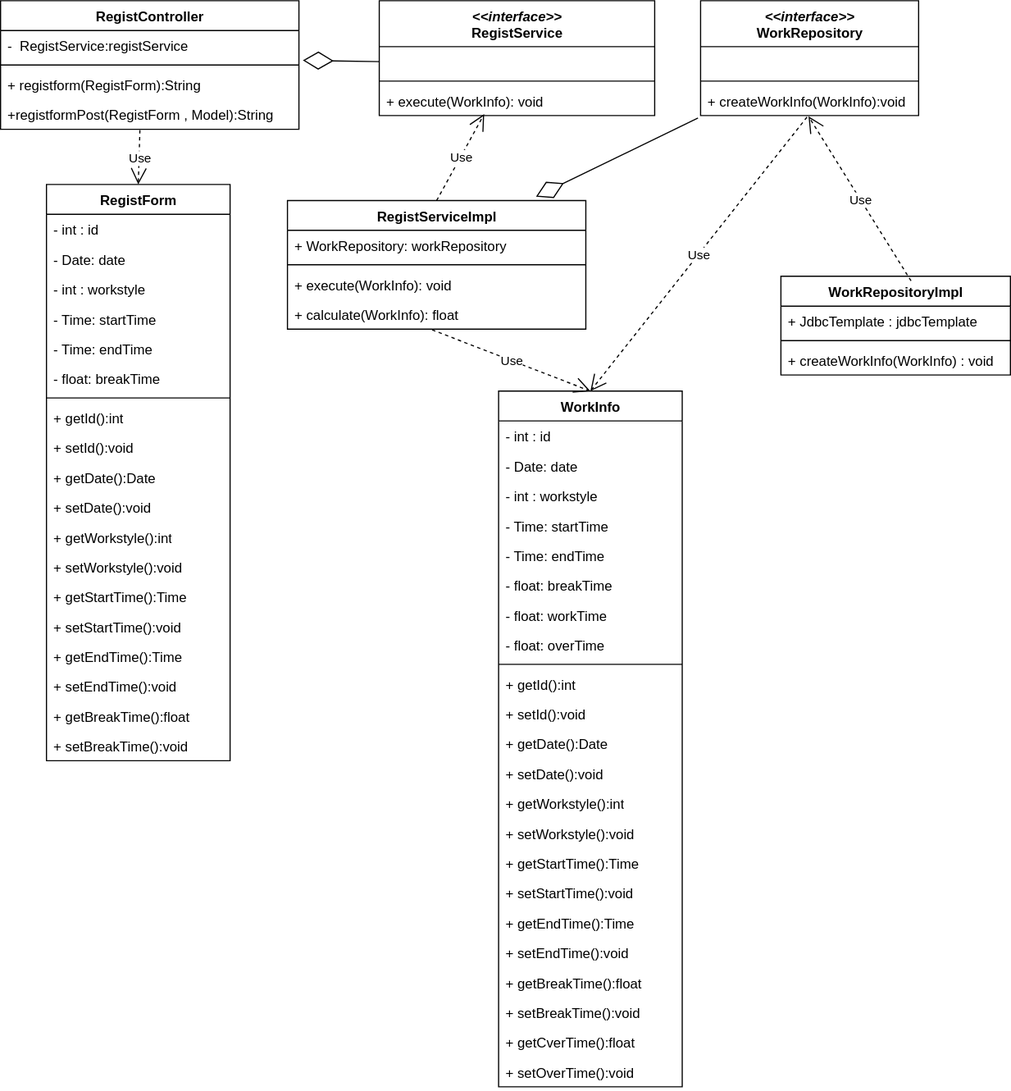
Above: 03_詳細設計/クラス図/勤怠登録.drawio.svg in ICT-Training-2026/team-project-15 (draw.io), before the change. Source tidied: cells renumbered, new cells last; positions are measured from the earlier drawing's top-left corner, leaving out a move shared by most shapes.
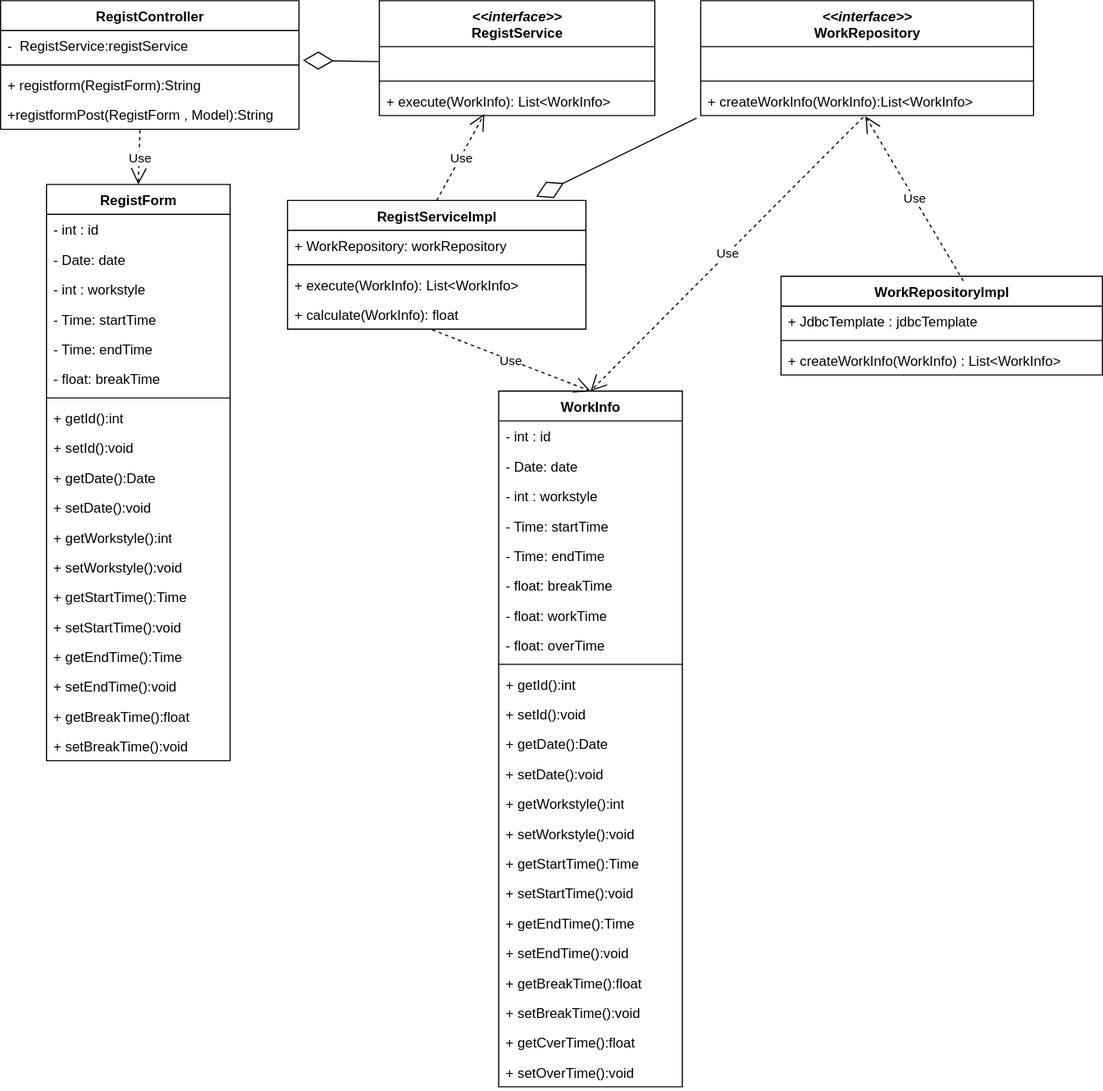
After the change.

Diff of the diagram source:
```diff
@@ -86,7 +86,7 @@
     <mxCell id="29" style="line;strokeWidth=1;fillColor=none;align=left;verticalAlign=middle;spacingTop=-1;spacingLeft=3;spacingRight=3;labelPosition=right;strokeColor=inherit;" parent="27" vertex="1">
       <mxGeometry y="66" width="240" height="8" as="geometry" />
     </mxCell>
-    <mxCell id="30" value="+ execute(WorkInfo): void" style="text;strokeColor=none;fillColor=none;align=left;verticalAlign=top;spacingLeft=4;spacingRight=4;overflow=hidden;points=[[0,0.5],[1,0.5]];portConstraint=eastwest;whiteSpace=wrap;html=1;" parent="27" vertex="1">
+    <mxCell id="30" value="+ execute(WorkInfo): List&amp;lt;WorkInfo&amp;gt;" style="text;strokeColor=none;fillColor=none;align=left;verticalAlign=top;spacingLeft=4;spacingRight=4;overflow=hidden;points=[[0,0.5],[1,0.5]];portConstraint=eastwest;whiteSpace=wrap;html=1;" parent="27" vertex="1">
       <mxGeometry y="74" width="240" height="26" as="geometry" />
     </mxCell>
     <mxCell id="31" value="Use" style="endArrow=open;endSize=12;dashed=1;html=1;rounded=0;entryX=0.5;entryY=0;entryDx=0;entryDy=0;exitX=0.467;exitY=1.026;exitDx=0;exitDy=0;exitPerimeter=0;" parent="1" edge="1" source="6" target="7">
@@ -104,7 +104,7 @@
     <mxCell id="35" style="line;strokeWidth=1;fillColor=none;align=left;verticalAlign=middle;spacingTop=-1;spacingLeft=3;spacingRight=3;labelPosition=right;strokeColor=inherit;" parent="33" vertex="1">
       <mxGeometry y="52" width="260" height="8" as="geometry" />
     </mxCell>
-    <mxCell id="36" value="+ execute(WorkInfo): void" style="text;strokeColor=none;fillColor=none;align=left;verticalAlign=top;spacingLeft=4;spacingRight=4;overflow=hidden;whiteSpace=wrap;html=1;" parent="33" vertex="1">
+    <mxCell id="36" value="+ execute(WorkInfo): List&amp;lt;WorkInfo&amp;gt;" style="text;strokeColor=none;fillColor=none;align=left;verticalAlign=top;spacingLeft=4;spacingRight=4;overflow=hidden;whiteSpace=wrap;html=1;" parent="33" vertex="1">
       <mxGeometry y="60" width="260" height="26" as="geometry" />
     </mxCell>
     <mxCell id="37" value="+ calculate(WorkInfo): float" style="text;strokeColor=none;fillColor=none;align=left;verticalAlign=top;spacingLeft=4;spacingRight=4;overflow=hidden;points=[[0,0.5],[1,0.5]];portConstraint=eastwest;whiteSpace=wrap;html=1;" parent="33" vertex="1">
@@ -114,31 +114,31 @@
       <mxGeometry relative="1" as="geometry" />
     </mxCell>
     <mxCell id="39" value="&lt;div&gt;&lt;i&gt;&amp;lt;&amp;lt;interface&amp;gt;&amp;gt;&lt;/i&gt;&lt;/div&gt;WorkRepository" style="swimlane;fontStyle=1;align=center;verticalAlign=top;horizontal=1;startSize=40;whiteSpace=wrap;html=1;" parent="1" vertex="1">
-      <mxGeometry x="610" width="190" height="100" as="geometry" />
+      <mxGeometry x="610" width="290" height="100" as="geometry" />
     </mxCell>
     <mxCell id="40" value="&amp;nbsp;" style="text;strokeColor=none;fillColor=none;align=left;verticalAlign=top;spacingLeft=4;spacingRight=4;overflow=hidden;whiteSpace=wrap;html=1;" parent="39" vertex="1">
-      <mxGeometry y="40" width="190" height="26" as="geometry" />
+      <mxGeometry y="40" width="290" height="26" as="geometry" />
     </mxCell>
     <mxCell id="41" style="line;strokeWidth=1;fillColor=none;align=left;verticalAlign=middle;spacingTop=-1;spacingLeft=3;spacingRight=3;labelPosition=right;strokeColor=inherit;" parent="39" vertex="1">
-      <mxGeometry y="66" width="190" height="8" as="geometry" />
+      <mxGeometry y="66" width="290" height="8" as="geometry" />
     </mxCell>
-    <mxCell id="42" value="+ createWorkInfo(WorkInfo):void" style="text;strokeColor=none;fillColor=none;align=left;verticalAlign=top;spacingLeft=4;spacingRight=4;overflow=hidden;points=[[0,0.5],[1,0.5]];portConstraint=eastwest;whiteSpace=wrap;html=1;" parent="39" vertex="1">
-      <mxGeometry y="74" width="190" height="26" as="geometry" />
+    <mxCell id="42" value="+ createWorkInfo(WorkInfo):List&amp;lt;WorkInfo&amp;gt;" style="text;strokeColor=none;fillColor=none;align=left;verticalAlign=top;spacingLeft=4;spacingRight=4;overflow=hidden;points=[[0,0.5],[1,0.5]];portConstraint=eastwest;whiteSpace=wrap;html=1;" parent="39" vertex="1">
+      <mxGeometry y="74" width="290" height="26" as="geometry" />
     </mxCell>
     <mxCell id="43" style="endArrow=diamondThin;endFill=0;endSize=24;html=1;rounded=0;exitX=-0.012;exitY=1.082;exitDx=0;exitDy=0;entryX=0.833;entryY=-0.03;entryDx=0;entryDy=0;entryPerimeter=0;exitPerimeter=0;" parent="1" edge="1" source="42" target="33">
       <mxGeometry relative="1" as="geometry" />
     </mxCell>
     <mxCell id="44" value="WorkRepositoryImpl" style="swimlane;fontStyle=1;align=center;verticalAlign=top;horizontal=1;startSize=26;whiteSpace=wrap;html=1;" parent="1" vertex="1">
-      <mxGeometry x="680" y="240" width="200" height="86" as="geometry" />
+      <mxGeometry x="680" y="240" width="280" height="86" as="geometry" />
     </mxCell>
     <mxCell id="45" value="+ JdbcTemplate : jdbcTemplate" style="text;strokeColor=none;fillColor=none;align=left;verticalAlign=top;spacingLeft=4;spacingRight=4;overflow=hidden;whiteSpace=wrap;html=1;" parent="44" vertex="1">
-      <mxGeometry y="26" width="200" height="26" as="geometry" />
+      <mxGeometry y="26" width="280" height="26" as="geometry" />
     </mxCell>
     <mxCell id="46" style="line;strokeWidth=1;fillColor=none;align=left;verticalAlign=middle;spacingTop=-1;spacingLeft=3;spacingRight=3;labelPosition=right;strokeColor=inherit;" parent="44" vertex="1">
-      <mxGeometry y="52" width="200" height="8" as="geometry" />
+      <mxGeometry y="52" width="280" height="8" as="geometry" />
     </mxCell>
-    <mxCell id="47" value="+ createWorkInfo(WorkInfo) : void" style="text;strokeColor=none;fillColor=none;align=left;verticalAlign=top;spacingLeft=4;spacingRight=4;overflow=hidden;whiteSpace=wrap;html=1;" parent="44" vertex="1">
-      <mxGeometry y="60" width="200" height="26" as="geometry" />
+    <mxCell id="47" value="+ createWorkInfo(WorkInfo) : List&amp;lt;WorkInfo&amp;gt;" style="text;strokeColor=none;fillColor=none;align=left;verticalAlign=top;spacingLeft=4;spacingRight=4;overflow=hidden;whiteSpace=wrap;html=1;" parent="44" vertex="1">
+      <mxGeometry y="60" width="280" height="26" as="geometry" />
     </mxCell>
     <mxCell id="48" value="WorkInfo" style="swimlane;fontStyle=1;align=center;verticalAlign=top;horizontal=1;startSize=26;whiteSpace=wrap;html=1;" parent="1" vertex="1">
       <mxGeometry x="434" y="340" width="160" height="606" as="geometry" />
```
